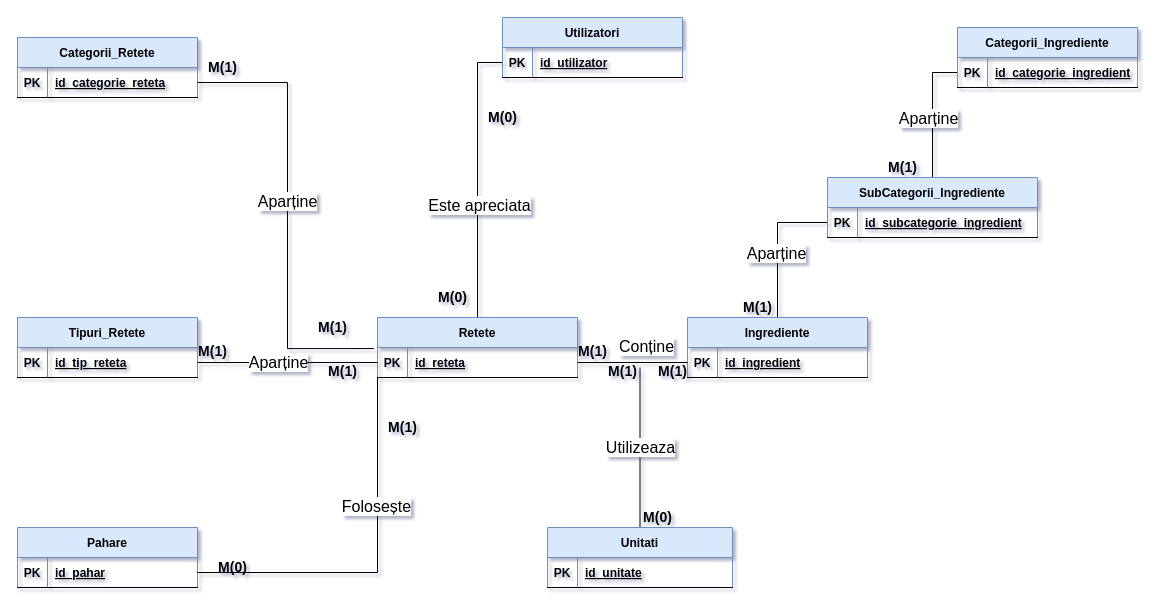
Above: Baza De Date/Diagrama ER/diag2.drawio in Ana-MariaDima/LicentaV3 (draw.io), before the change. Source tidied: cells renumbered, new cells numbered last; positions are measured from the earlier drawing's top-left corner, leaving out a move shared by most shapes. Both pictures are drawn from the tidied source at 100%, with x=0, y=0 at pixel (17, 17).
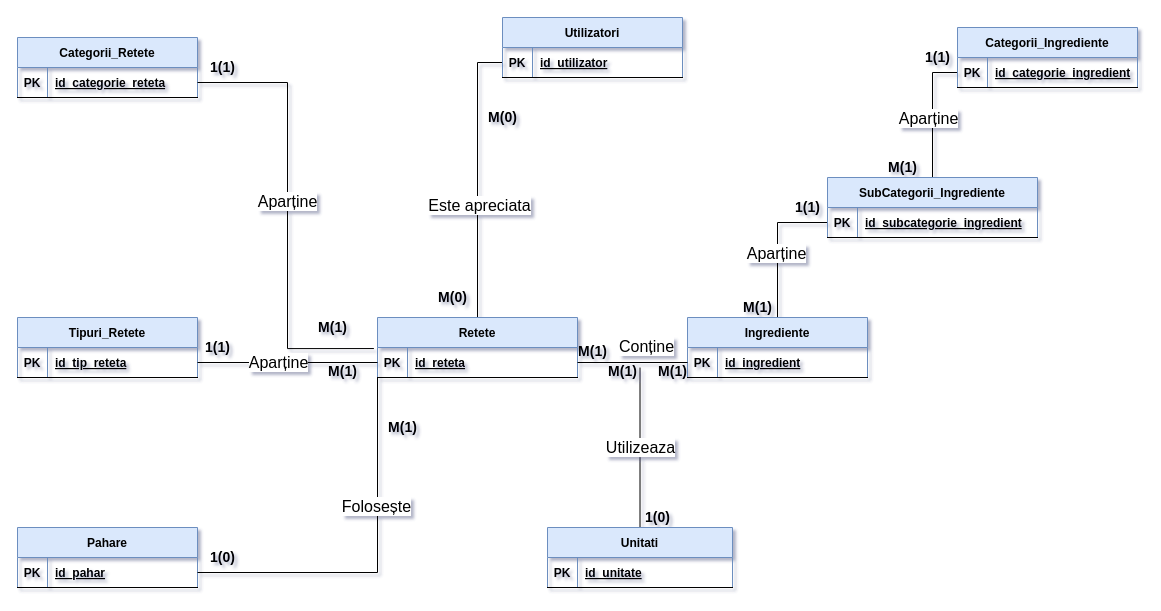
Above is the later version.

Diff of the diagram source:
```diff
@@
-    <mxCell id="52" value="&lt;b&gt;M(0)&lt;/b&gt;" style="text;html=1;align=center;verticalAlign=middle;strokeColor=none;fillColor=none;fontSize=14;" parent="1" vertex="1">
-      <mxGeometry x="615" y="490" width="50" height="20" as="geometry" />
+    <mxCell id="52" value="&lt;b&gt;1(0)&lt;/b&gt;" style="text;html=1;align=center;verticalAlign=middle;strokeColor=none;fillColor=none;fontSize=14;" parent="1" vertex="1">
+      <mxGeometry x="620" y="490" width="40" height="20" as="geometry" />
     </mxCell>
@@
-    <mxCell id="58" value="&lt;b&gt;M(0)&lt;/b&gt;" style="text;html=1;align=center;verticalAlign=middle;strokeColor=none;fillColor=none;fontSize=14;" parent="1" vertex="1">
-      <mxGeometry x="190" y="540" width="50" height="20" as="geometry" />
+    <mxCell id="58" value="&lt;b&gt;1(0)&lt;/b&gt;" style="text;html=1;align=center;verticalAlign=middle;strokeColor=none;fillColor=none;fontSize=14;" parent="1" vertex="1">
+      <mxGeometry x="185" y="530" width="40" height="20" as="geometry" />
     </mxCell>
-    <mxCell id="59" value="&lt;b&gt;M(1)&lt;/b&gt;" style="text;html=1;align=center;verticalAlign=middle;strokeColor=none;fillColor=none;fontSize=14;" parent="1" vertex="1">
-      <mxGeometry x="170" y="324" width="50" height="20" as="geometry" />
+    <mxCell id="59" value="&lt;b&gt;1(1)&lt;/b&gt;" style="text;html=1;align=center;verticalAlign=middle;strokeColor=none;fillColor=none;fontSize=14;" parent="1" vertex="1">
+      <mxGeometry x="180" y="320" width="40" height="20" as="geometry" />
     </mxCell>
@@
-    <mxCell id="62" value="&lt;b&gt;M(1)&lt;/b&gt;" style="text;html=1;align=center;verticalAlign=middle;strokeColor=none;fillColor=none;fontSize=14;" parent="1" vertex="1">
-      <mxGeometry x="180" y="40" width="50" height="20" as="geometry" />
+    <mxCell id="62" value="&lt;b&gt;1(1)&lt;/b&gt;" style="text;html=1;align=center;verticalAlign=middle;strokeColor=none;fillColor=none;fontSize=14;" parent="1" vertex="1">
+      <mxGeometry x="185" y="40" width="40" height="20" as="geometry" />
     </mxCell>
@@
+    <mxCell id="68" value="&lt;b&gt;1(1)&lt;/b&gt;" style="text;html=1;align=center;verticalAlign=middle;strokeColor=none;fillColor=none;fontSize=14;" parent="1" vertex="1">
+      <mxGeometry x="770" y="180" width="40" height="20" as="geometry" />
+    </mxCell>
+    <mxCell id="69" value="&lt;b&gt;1(1)&lt;/b&gt;" style="text;html=1;align=center;verticalAlign=middle;strokeColor=none;fillColor=none;fontSize=14;" parent="1" vertex="1">
+      <mxGeometry x="900" y="30" width="40" height="20" as="geometry" />
+    </mxCell>
```
